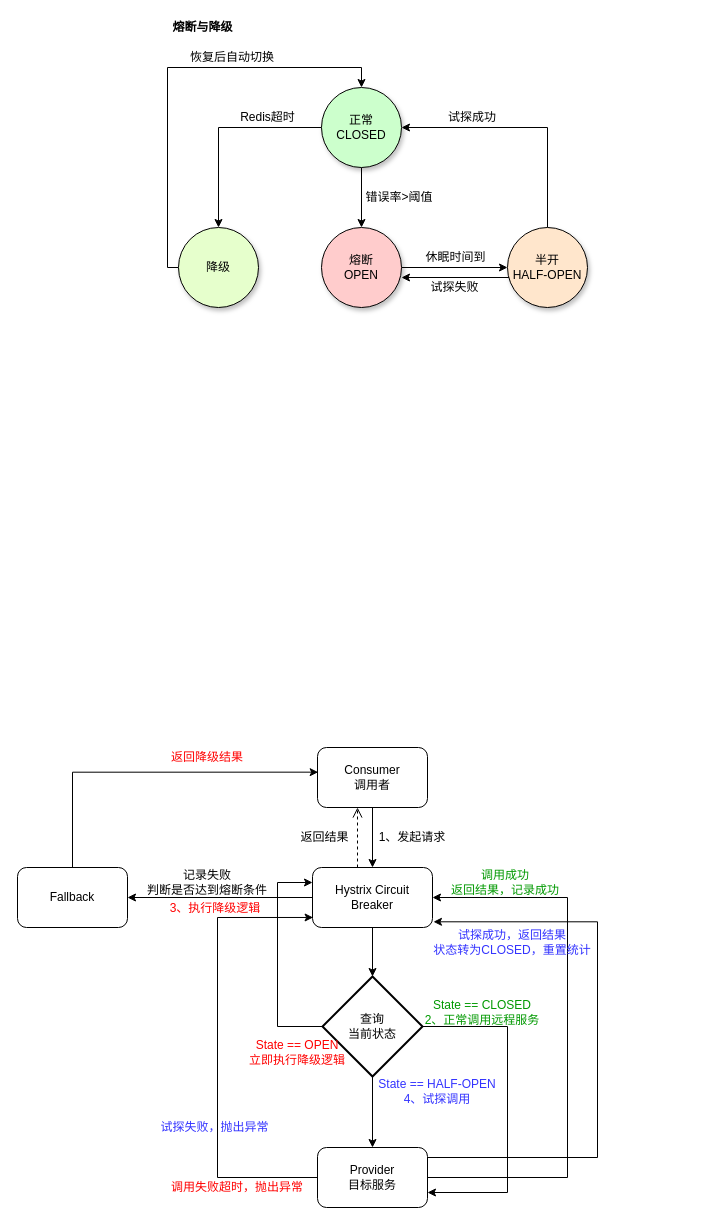
This is achitecture_diagram/SpringCloud熔断与降级.drawio from abigalexy/online_drawing, a draw.io file, before an edit. Source tidied: cells renumbered, new cells numbered last; positions are measured from the earlier drawing's top-left corner, leaving out a move shared by most shapes. Both pictures are drawn from the tidied source at 100%, with x=0, y=0 at pixel (17, 17).
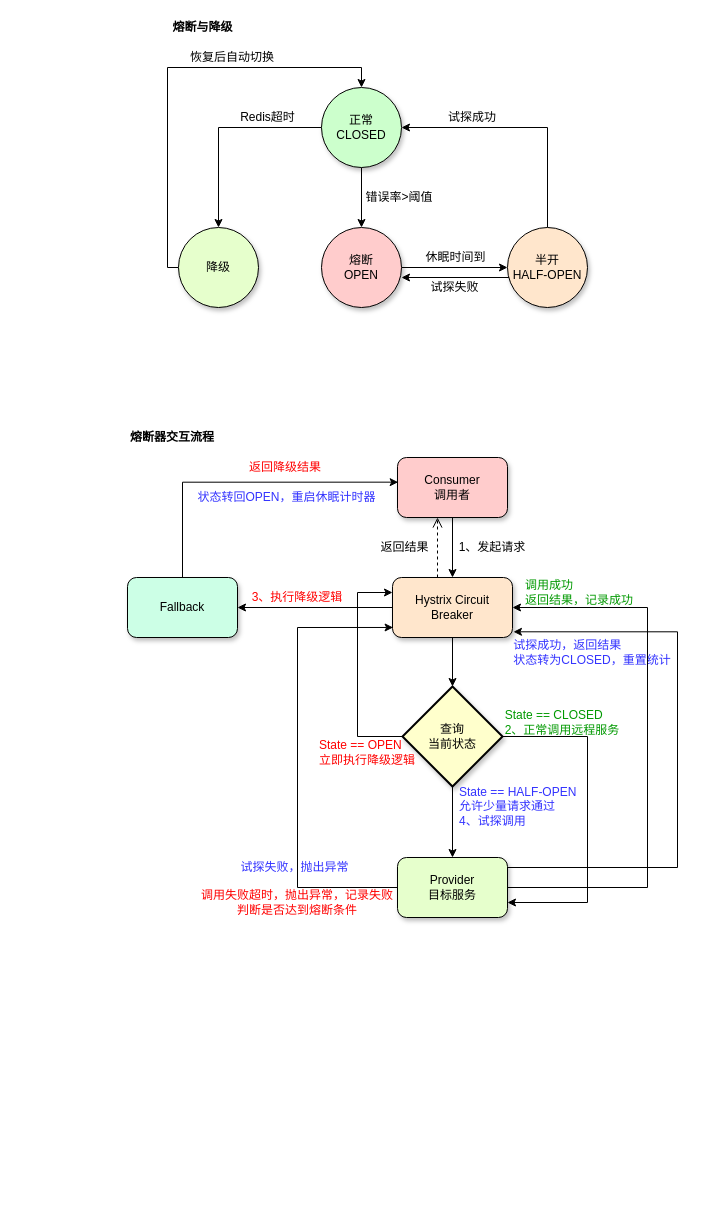
The same page after the edit.

Commit message:
更新SpringCloud熔断与降级.drawio

The edit, as a diff of the source:
```diff
@@
+    <mxCell id="44" value="&lt;div style=&quot;text-align: left;&quot;&gt;&lt;span style=&quot;color: rgb(51, 51, 255); background-color: transparent;&quot;&gt;试探成功，返回结果&lt;/span&gt;&lt;/div&gt;&lt;font&gt;&lt;div style=&quot;text-align: left;&quot;&gt;&lt;span style=&quot;color: rgb(51, 51, 255); background-color: transparent;&quot;&gt;状态转为CLOSED，重置统计&lt;/span&gt;&lt;/div&gt;&lt;/font&gt;" style="text;strokeColor=none;align=center;fillColor=none;html=1;verticalAlign=middle;whiteSpace=wrap;rounded=0;" parent="1" vertex="1">
+      <mxGeometry x="495" y="620" width="160" height="30" as="geometry" />
+    </mxCell>
+    <mxCell id="48" style="group;" parent="1" vertex="1">
+      <mxGeometry x="110" y="410" width="550" height="490" as="geometry" />
+    </mxCell>
-    <mxCell id="20" style="edgeStyle=orthogonalEdgeStyle;rounded=0;jettySize=auto;html=1;entryX=0.5;entryY=0;entryDx=0;entryDy=0;" parent="1" edge="1" source="21" target="23">
+    <mxCell id="20" style="edgeStyle=orthogonalEdgeStyle;rounded=0;jettySize=auto;html=1;entryX=0.5;entryY=0;entryDx=0;entryDy=0;" parent="48" edge="1" source="21" target="23">
       <mxGeometry relative="1" as="geometry" />
     </mxCell>
-    <mxCell id="21" value="Consumer&lt;br&gt;调用者" style="rounded=1;whiteSpace=wrap;html=1;" parent="1" vertex="1">
-      <mxGeometry x="300" y="730" width="110" height="60" as="geometry" />
+    <mxCell id="21" value="Consumer &lt;br&gt;调用者" style="rounded=1;whiteSpace=wrap;html=1;fillColor=#FFCCCC;shadow=1;" parent="48" vertex="1">
+      <mxGeometry x="270" y="30" width="110" height="60" as="geometry" />
     </mxCell>
-    <mxCell id="22" style="edgeStyle=orthogonalEdgeStyle;rounded=0;jettySize=auto;html=1;entryX=1;entryY=0.5;entryDx=0;entryDy=0;" parent="1" edge="1" source="23" target="37">
+    <mxCell id="22" style="edgeStyle=orthogonalEdgeStyle;rounded=0;jettySize=auto;html=1;entryX=1;entryY=0.5;entryDx=0;entryDy=0;" parent="48" edge="1" source="23" target="37">
       <mxGeometry relative="1" as="geometry" />
     </mxCell>
-    <mxCell id="23" value="Hystrix Circuit Breaker" style="rounded=1;whiteSpace=wrap;html=1;" parent="1" vertex="1">
-      <mxGeometry x="295" y="850" width="120" height="60" as="geometry" />
+    <mxCell id="23" value="Hystrix Circuit Breaker" style="rounded=1;whiteSpace=wrap;html=1;fillColor=#FFE6CC;shadow=1;" parent="48" vertex="1">
+      <mxGeometry x="265" y="150" width="120" height="60" as="geometry" />
     </mxCell>
-    <mxCell id="24" value="1、发起请求" style="text;strokeColor=none;align=center;fillColor=none;html=1;verticalAlign=middle;whiteSpace=wrap;rounded=0;" parent="1" vertex="1">
-      <mxGeometry x="360" y="810" width="70" height="20" as="geometry" />
+    <mxCell id="24" value="1、发起请求" style="text;strokeColor=none;align=center;fillColor=none;html=1;verticalAlign=middle;whiteSpace=wrap;rounded=0;" parent="48" vertex="1">
+      <mxGeometry x="330" y="110" width="70" height="20" as="geometry" />
     </mxCell>
-    <mxCell id="25" style="edgeStyle=orthogonalEdgeStyle;rounded=0;jettySize=auto;html=1;entryX=0.5;entryY=0;entryDx=0;entryDy=0;" parent="1" edge="1" source="28" target="31">
+    <mxCell id="25" style="edgeStyle=orthogonalEdgeStyle;rounded=0;jettySize=auto;html=1;entryX=0.5;entryY=0;entryDx=0;entryDy=0;" parent="48" edge="1" source="28" target="31">
       <mxGeometry relative="1" as="geometry" />
     </mxCell>
-    <mxCell id="26" style="edgeStyle=orthogonalEdgeStyle;rounded=0;jettySize=auto;html=1;entryX=0;entryY=0.25;entryDx=0;entryDy=0;exitX=0;exitY=0.5;exitDx=0;exitDy=0;exitPerimeter=0;" parent="1" edge="1" source="28" target="23">
+    <mxCell id="26" style="edgeStyle=orthogonalEdgeStyle;rounded=0;jettySize=auto;html=1;entryX=0;entryY=0.25;entryDx=0;entryDy=0;exitX=0;exitY=0.5;exitDx=0;exitDy=0;exitPerimeter=0;" parent="48" edge="1" source="28" target="23">
       <mxGeometry relative="1" as="geometry">
         <Array as="points">
-          <mxPoint x="260" y="1009" />
-          <mxPoint x="260" y="865" />
+          <mxPoint x="230" y="309" />
+          <mxPoint x="230" y="165" />
         </Array>
       </mxGeometry>
     </mxCell>
-    <mxCell id="27" style="edgeStyle=orthogonalEdgeStyle;rounded=0;jettySize=auto;html=1;entryX=1;entryY=0.75;entryDx=0;entryDy=0;exitX=1;exitY=0.5;exitDx=0;exitDy=0;exitPerimeter=0;" parent="1" edge="1" source="28" target="31">
+    <mxCell id="27" style="edgeStyle=orthogonalEdgeStyle;rounded=0;jettySize=auto;html=1;entryX=1;entryY=0.75;entryDx=0;entryDy=0;exitX=1;exitY=0.5;exitDx=0;exitDy=0;exitPerimeter=0;" parent="48" edge="1" source="28" target="31">
       <mxGeometry relative="1" as="geometry">
         <Array as="points">
-          <mxPoint x="490" y="1009" />
-          <mxPoint x="490" y="1175" />
+          <mxPoint x="460" y="309" />
+          <mxPoint x="460" y="475" />
         </Array>
       </mxGeometry>
     </mxCell>
-    <mxCell id="28" value="查询&lt;br&gt;当前状态" style="strokeWidth=2;html=1;shape=mxgraph.flowchart.decision;whiteSpace=wrap;" parent="1" vertex="1">
-      <mxGeometry x="305" y="959" width="100" height="100" as="geometry" />
+    <mxCell id="28" value="查询&lt;br&gt;当前状态" style="strokeWidth=2;html=1;shape=mxgraph.flowchart.decision;whiteSpace=wrap;shadow=1;fillColor=#FFFFCC;" parent="48" vertex="1">
+      <mxGeometry x="275" y="259" width="100" height="100" as="geometry" />
     </mxCell>
-    <mxCell id="29" style="edgeStyle=orthogonalEdgeStyle;rounded=0;jettySize=auto;html=1;entryX=0.5;entryY=0;entryDx=0;entryDy=0;entryPerimeter=0;" parent="1" edge="1" source="23" target="28">
+    <mxCell id="29" style="edgeStyle=orthogonalEdgeStyle;rounded=0;jettySize=auto;html=1;entryX=0.5;entryY=0;entryDx=0;entryDy=0;entryPerimeter=0;" parent="48" edge="1" source="23" target="28">
       <mxGeometry relative="1" as="geometry" />
     </mxCell>
-    <mxCell id="30" style="edgeStyle=orthogonalEdgeStyle;rounded=0;jettySize=auto;html=1;entryX=1;entryY=0.5;entryDx=0;entryDy=0;" parent="1" edge="1" source="31" target="23">
+    <mxCell id="30" style="edgeStyle=orthogonalEdgeStyle;rounded=0;jettySize=auto;html=1;entryX=1;entryY=0.5;entryDx=0;entryDy=0;" parent="48" edge="1" source="31" target="23">
       <mxGeometry relative="1" as="geometry">
         <Array as="points">
-          <mxPoint x="550" y="1160" />
-          <mxPoint x="550" y="880" />
+          <mxPoint x="520" y="460" />
+          <mxPoint x="520" y="180" />
         </Array>
       </mxGeometry>
     </mxCell>
-    <mxCell id="31" value="Provider&lt;br&gt;目标服务" style="rounded=1;whiteSpace=wrap;html=1;" parent="1" vertex="1">
-      <mxGeometry x="300" y="1130" width="110" height="60" as="geometry" />
+    <mxCell id="31" value="Provider&lt;br&gt;目标服务" style="rounded=1;whiteSpace=wrap;html=1;fillColor=#E6FFCC;shadow=1;" parent="48" vertex="1">
+      <mxGeometry x="270" y="430" width="110" height="60" as="geometry" />
     </mxCell>
-    <mxCell id="32" value="&lt;font&gt;&lt;font style=&quot;color: rgb(0, 153, 0);&quot;&gt;State == CLOSED&lt;br&gt;2、正常调用远程服务&lt;/font&gt;&lt;br&gt;&lt;/font&gt;" style="text;strokeColor=none;align=center;fillColor=none;html=1;verticalAlign=middle;whiteSpace=wrap;rounded=0;" parent="1" vertex="1">
-      <mxGeometry x="405" y="980" width="120" height="30" as="geometry" />
+    <mxCell id="32" value="&lt;div style=&quot;text-align: left;&quot;&gt;&lt;span style=&quot;color: rgb(0, 153, 0); background-color: transparent;&quot;&gt;State == CLOSED&lt;/span&gt;&lt;/div&gt;&lt;font&gt;&lt;div style=&quot;text-align: left;&quot;&gt;&lt;span style=&quot;color: rgb(0, 153, 0); background-color: transparent;&quot;&gt;2、正常调用远程服务&lt;/span&gt;&lt;/div&gt;&lt;/font&gt;" style="text;strokeColor=none;align=center;fillColor=none;html=1;verticalAlign=middle;whiteSpace=wrap;rounded=0;" parent="48" vertex="1">
+      <mxGeometry x="375" y="280" width="120" height="30" as="geometry" />
     </mxCell>
-    <mxCell id="33" value="&lt;font style=&quot;color: rgb(0, 153, 0);&quot;&gt;&lt;font color=&quot;#009900&quot;&gt;调用成功&lt;br&gt;返回结果，&lt;/font&gt;&lt;font color=&quot;#009900&quot;&gt;记录成功&lt;/font&gt;&lt;br&gt;&lt;/font&gt;" style="text;strokeColor=none;align=center;fillColor=none;html=1;verticalAlign=middle;whiteSpace=wrap;rounded=0;" parent="1" vertex="1">
-      <mxGeometry x="430" y="850" width="116" height="30" as="geometry" />
+    <mxCell id="33" value="&lt;div style=&quot;text-align: left;&quot;&gt;&lt;span style=&quot;color: rgb(0, 153, 0); background-color: transparent;&quot;&gt;调用成功&lt;/span&gt;&lt;/div&gt;&lt;font style=&quot;color: rgb(0, 153, 0);&quot;&gt;&lt;div style=&quot;text-align: left;&quot;&gt;&lt;font style=&quot;background-color: transparent;&quot; color=&quot;#009900&quot;&gt;返回结果，&lt;/font&gt;&lt;font style=&quot;background-color: transparent;&quot; color=&quot;#009900&quot;&gt;记录成功&lt;/font&gt;&lt;/div&gt;&lt;/font&gt;" style="text;strokeColor=none;align=center;fillColor=none;html=1;verticalAlign=middle;whiteSpace=wrap;rounded=0;" parent="48" vertex="1">
+      <mxGeometry x="394" y="150" width="116" height="30" as="geometry" />
     </mxCell>
-    <mxCell id="34" value="&lt;font style=&quot;color: rgb(0, 0, 0);&quot;&gt;返回结果&lt;/font&gt;" style="text;strokeColor=none;align=center;fillColor=none;html=1;verticalAlign=middle;whiteSpace=wrap;rounded=0;" parent="1" vertex="1">
-      <mxGeometry x="280" y="810" width="54.5" height="20" as="geometry" />
+    <mxCell id="34" value="&lt;font style=&quot;color: rgb(0, 0, 0);&quot;&gt;返回结果&lt;/font&gt;" style="text;strokeColor=none;align=center;fillColor=none;html=1;verticalAlign=middle;whiteSpace=wrap;rounded=0;" parent="48" vertex="1">
+      <mxGeometry x="250" y="110" width="54.5" height="20" as="geometry" />
     </mxCell>
-    <mxCell id="35" style="html=1;verticalAlign=bottom;endArrow=open;dashed=1;endSize=8;curved=0;rounded=0;" parent="1" edge="1">
+    <mxCell id="35" style="html=1;verticalAlign=bottom;endArrow=open;dashed=1;endSize=8;curved=0;rounded=0;" parent="48" edge="1">
       <mxGeometry relative="1" as="geometry">
-        <mxPoint x="340" y="850" as="sourcePoint" />
-        <mxPoint x="340" y="790" as="targetPoint" />
+        <mxPoint x="310" y="150" as="sourcePoint" />
+        <mxPoint x="310" y="90" as="targetPoint" />
       </mxGeometry>
     </mxCell>
-    <mxCell id="36" value="&lt;font style=&quot;color: rgb(255, 0, 0);&quot;&gt;调用失败超时，抛出异常&lt;/font&gt;" style="text;strokeColor=none;align=center;fillColor=none;html=1;verticalAlign=middle;whiteSpace=wrap;rounded=0;" parent="1" vertex="1">
-      <mxGeometry x="150" y="1160" width="140" height="20" as="geometry" />
+    <mxCell id="36" value="&lt;font&gt;&lt;font style=&quot;color: rgb(255, 0, 0);&quot;&gt;调用失败超时，抛出异常，&lt;span&gt;记录失败&lt;/span&gt;&lt;br&gt;&lt;/font&gt;&lt;font color=&quot;#ff0000&quot;&gt;判断是否达到熔断条件&lt;/font&gt;&lt;br&gt;&lt;/font&gt;" style="text;strokeColor=none;align=center;fillColor=none;html=1;verticalAlign=middle;whiteSpace=wrap;rounded=0;" parent="48" vertex="1">
+      <mxGeometry x="70" y="460" width="200" height="30" as="geometry" />
     </mxCell>
-    <mxCell id="37" value="Fallback" style="rounded=1;whiteSpace=wrap;html=1;" parent="1" vertex="1">
-      <mxGeometry y="850" width="110" height="60" as="geometry" />
+    <mxCell id="37" value="Fallback" style="rounded=1;whiteSpace=wrap;html=1;fillColor=#CCFFE6;shadow=1;" parent="48" vertex="1">
+      <mxGeometry y="150" width="110" height="60" as="geometry" />
     </mxCell>
-    <mxCell id="38" value="&lt;font style=&quot;color: rgb(255, 0, 0);&quot;&gt;3、执行降级逻辑&lt;/font&gt;" style="text;strokeColor=none;align=center;fillColor=none;html=1;verticalAlign=middle;whiteSpace=wrap;rounded=0;" parent="1" vertex="1">
-      <mxGeometry x="147.5" y="880" width="100" height="21" as="geometry" />
+    <mxCell id="38" value="&lt;font style=&quot;color: rgb(255, 0, 0);&quot;&gt;3、执行降级逻辑&lt;/font&gt;" style="text;strokeColor=none;align=center;fillColor=none;html=1;verticalAlign=middle;whiteSpace=wrap;rounded=0;" parent="48" vertex="1">
+      <mxGeometry x="120" y="159" width="100" height="21" as="geometry" />
     </mxCell>
-    <mxCell id="39" style="edgeStyle=orthogonalEdgeStyle;rounded=0;jettySize=auto;html=1;entryX=0.006;entryY=0.411;entryDx=0;entryDy=0;entryPerimeter=0;exitX=0.5;exitY=0;exitDx=0;exitDy=0;" parent="1" edge="1" source="37" target="21">
+    <mxCell id="39" style="edgeStyle=orthogonalEdgeStyle;rounded=0;jettySize=auto;html=1;entryX=0.006;entryY=0.411;entryDx=0;entryDy=0;entryPerimeter=0;exitX=0.5;exitY=0;exitDx=0;exitDy=0;" parent="48" edge="1" source="37" target="21">
       <mxGeometry relative="1" as="geometry" />
     </mxCell>
-    <mxCell id="40" value="&lt;font style=&quot;color: rgb(255, 0, 0);&quot;&gt;返回降级结果&lt;/font&gt;" style="text;strokeColor=none;align=center;fillColor=none;html=1;verticalAlign=middle;whiteSpace=wrap;rounded=0;" parent="1" vertex="1">
-      <mxGeometry x="150" y="730" width="80" height="20" as="geometry" />
+    <mxCell id="40" value="&lt;font style=&quot;color: rgb(255, 0, 0);&quot;&gt;返回降级结果&lt;/font&gt;" style="text;strokeColor=none;align=center;fillColor=none;html=1;verticalAlign=middle;whiteSpace=wrap;rounded=0;" parent="48" vertex="1">
+      <mxGeometry x="117.5" y="30" width="80" height="20" as="geometry" />
     </mxCell>
-    <mxCell id="41" value="记录失败&lt;br&gt;判断是否达到熔断条件" style="text;strokeColor=none;align=center;fillColor=none;html=1;verticalAlign=middle;whiteSpace=wrap;rounded=0;" parent="1" vertex="1">
-      <mxGeometry x="125" y="850" width="130" height="30" as="geometry" />
-    </mxCell>
-    <mxCell id="42" value="&lt;font style=&quot;color: rgb(51, 51, 255);&quot;&gt;State == HALF-OPEN&lt;br&gt;4、试探调用&lt;/font&gt;" style="text;strokeColor=none;align=center;fillColor=none;html=1;verticalAlign=middle;whiteSpace=wrap;rounded=0;" parent="1" vertex="1">
-      <mxGeometry x="360" y="1059" width="120" height="30" as="geometry" />
+    <mxCell id="42" value="&lt;font style=&quot;color: rgb(51, 51, 255);&quot;&gt;State == HALF-OPEN&lt;br&gt;允许少量请求通过&lt;br&gt;4、试探调用&lt;/font&gt;" style="text;strokeColor=none;align=left;fillColor=none;html=1;verticalAlign=middle;whiteSpace=wrap;rounded=0;" parent="48" vertex="1">
+      <mxGeometry x="330" y="359" width="120" height="40" as="geometry" />
     </mxCell>
-    <mxCell id="43" style="edgeStyle=orthogonalEdgeStyle;rounded=0;jettySize=auto;html=1;entryX=1.008;entryY=0.905;entryDx=0;entryDy=0;entryPerimeter=0;" parent="1" edge="1" source="31" target="23">
+    <mxCell id="43" style="edgeStyle=orthogonalEdgeStyle;rounded=0;jettySize=auto;html=1;entryX=1.008;entryY=0.905;entryDx=0;entryDy=0;entryPerimeter=0;" parent="48" edge="1" source="31" target="23">
       <mxGeometry relative="1" as="geometry">
         <Array as="points">
-          <mxPoint x="580" y="1140" />
-          <mxPoint x="580" y="904" />
+          <mxPoint x="550" y="440" />
+          <mxPoint x="550" y="204" />
         </Array>
       </mxGeometry>
     </mxCell>
-    <mxCell id="44" value="&lt;font&gt;&lt;font style=&quot;color: rgb(51, 51, 255);&quot;&gt;&lt;font&gt;试探成功，返回结果&lt;/font&gt;&lt;br&gt;&lt;font&gt;状态转为CLOSED，重置统计&lt;/font&gt;&lt;/font&gt;&lt;br&gt;&lt;/font&gt;" style="text;strokeColor=none;align=center;fillColor=none;html=1;verticalAlign=middle;whiteSpace=wrap;rounded=0;" parent="1" vertex="1">
-      <mxGeometry x="415" y="910" width="160" height="30" as="geometry" />
-    </mxCell>
-    <mxCell id="45" value="&lt;font style=&quot;color: rgb(51, 51, 255);&quot;&gt;试探失败，抛出异常&lt;/font&gt;" style="text;strokeColor=none;align=center;fillColor=none;html=1;verticalAlign=middle;whiteSpace=wrap;rounded=0;" parent="1" vertex="1">
-      <mxGeometry x="140" y="1100" width="115" height="20" as="geometry" />
+    <mxCell id="45" value="&lt;font style=&quot;color: rgb(51, 51, 255);&quot;&gt;试探失败，抛出异常&lt;/font&gt;" style="text;strokeColor=none;align=center;fillColor=none;html=1;verticalAlign=middle;whiteSpace=wrap;rounded=0;" parent="48" vertex="1">
+      <mxGeometry x="110" y="430" width="115" height="20" as="geometry" />
     </mxCell>
-    <mxCell id="46" value="&lt;font style=&quot;color: rgb(255, 0, 0);&quot;&gt;&lt;font color=&quot;#ff0000&quot;&gt;State == OPEN&lt;/font&gt;&lt;br&gt;&lt;font color=&quot;#ff0000&quot;&gt;立即执行降级逻辑&lt;/font&gt;&lt;/font&gt;" style="text;strokeColor=none;align=center;fillColor=none;html=1;verticalAlign=middle;whiteSpace=wrap;rounded=0;" parent="1" vertex="1">
-      <mxGeometry x="230" y="1020" width="100" height="30" as="geometry" />
+    <mxCell id="46" value="&lt;div style=&quot;&quot;&gt;&lt;span style=&quot;color: rgb(255, 0, 0); background-color: transparent;&quot;&gt;State == OPEN&lt;/span&gt;&lt;/div&gt;&lt;font style=&quot;color: rgb(255, 0, 0);&quot;&gt;&lt;div style=&quot;&quot;&gt;&lt;span style=&quot;background-color: transparent;&quot;&gt;立即执行降级逻辑&lt;/span&gt;&lt;/div&gt;&lt;/font&gt;" style="text;strokeColor=none;align=left;fillColor=none;html=1;verticalAlign=middle;whiteSpace=wrap;rounded=0;" parent="48" vertex="1">
+      <mxGeometry x="190" y="310" width="100" height="30" as="geometry" />
     </mxCell>
-    <mxCell id="47" style="edgeStyle=orthogonalEdgeStyle;rounded=0;jettySize=auto;html=1;entryX=0.005;entryY=0.833;entryDx=0;entryDy=0;entryPerimeter=0;" parent="1" edge="1" source="31" target="23">
+    <mxCell id="47" style="edgeStyle=orthogonalEdgeStyle;rounded=0;jettySize=auto;html=1;entryX=0.005;entryY=0.833;entryDx=0;entryDy=0;entryPerimeter=0;" parent="48" edge="1" source="31" target="23">
       <mxGeometry relative="1" as="geometry">
         <Array as="points">
-          <mxPoint x="200" y="1160" />
-          <mxPoint x="200" y="900" />
+          <mxPoint x="170" y="460" />
+          <mxPoint x="170" y="200" />
         </Array>
       </mxGeometry>
     </mxCell>
+    <mxCell id="49" value="&lt;font style=&quot;color: rgb(51, 51, 255);&quot;&gt;状态转回OPEN，重启休眠计时器&lt;/font&gt;" style="text;strokeColor=none;align=center;fillColor=none;html=1;verticalAlign=middle;whiteSpace=wrap;rounded=0;" parent="48" vertex="1">
+      <mxGeometry x="67.5" y="60" width="182.5" height="20" as="geometry" />
+    </mxCell>
+    <mxCell id="50" value="&lt;b&gt;熔断器交互流程&lt;/b&gt;" style="text;strokeColor=none;align=center;fillColor=none;html=1;verticalAlign=middle;whiteSpace=wrap;rounded=0;" parent="48" vertex="1">
+      <mxGeometry width="90" height="20" as="geometry" />
+    </mxCell>
```
